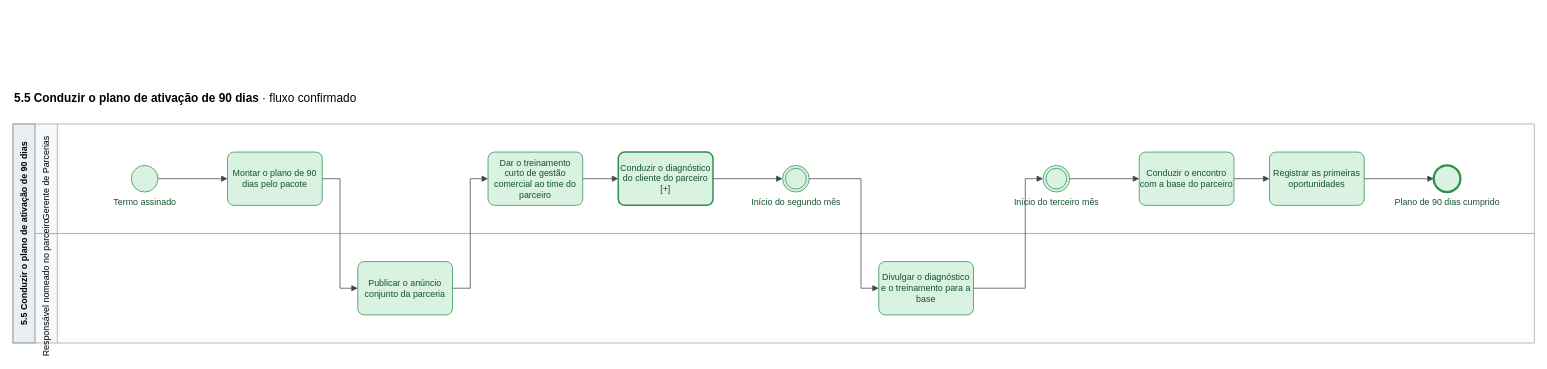
This is page "5.4 Conduzir o onboarding por etapas" (21 of 23) of mapeamentos/wise-partners-to-be/saidas/mapa.drawio from Guilherme-MFaccin/Wise-Partners, a draw.io file, before an edit. Source tidied: cells renumbered, new cells numbered last; positions are measured from the earlier drawing's top-left corner, leaving out a move shared by most shapes. Both pictures are drawn from the tidied source at 74%, with x=0, y=0 at pixel (13, 87).
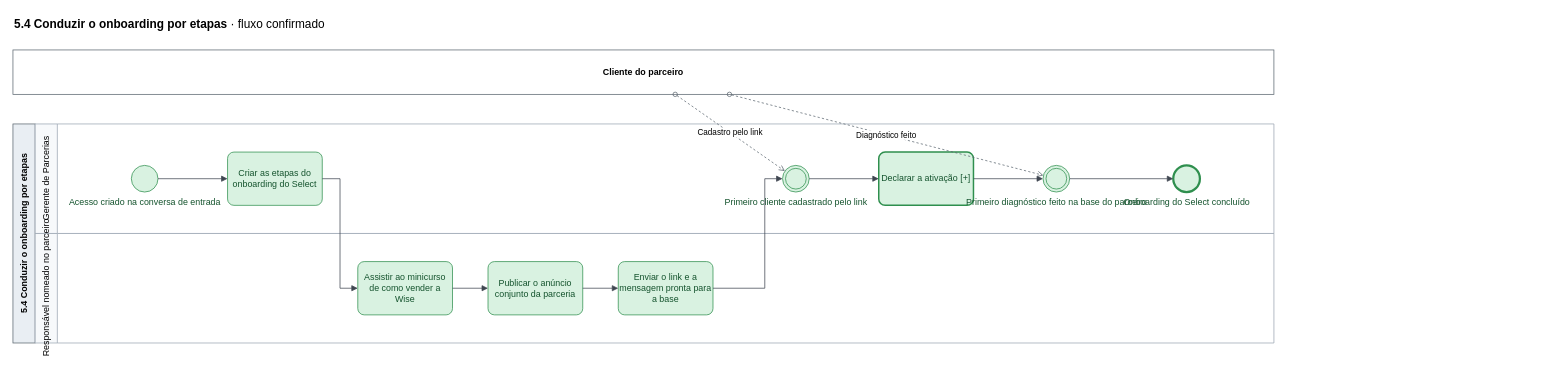
The same page after the edit.

What changed in the source:
```diff
@@
-    <mxCell id="2" value="&lt;b&gt;5.5 Conduzir o plano de ativação de 90 dias&lt;/b&gt;  ·  fluxo confirmado" style="text;html=1;fontSize=16;align=left;verticalAlign=middle;strokeColor=none;fillColor=none;" parent="1" vertex="1">
-      <mxGeometry width="700" height="30" as="geometry" />
+    <mxCell id="2" value="&lt;b&gt;5.4 Conduzir o onboarding por etapas&lt;/b&gt;  ·  fluxo confirmado" style="text;html=1;fontSize=16;align=left;verticalAlign=middle;strokeColor=none;fillColor=none;" parent="1" vertex="1">
+      <mxGeometry y="-100" width="700" height="30" as="geometry" />
     </mxCell>
+    <mxCell id="27" value="Cliente do parceiro" style="rounded=0;whiteSpace=wrap;html=1;fillColor=#FFFFFF;strokeColor=#5B6670;fontStyle=1;" parent="1" vertex="1">
+      <mxGeometry y="-50" width="1704" height="60" as="geometry" />
+    </mxCell>
-    <mxCell id="3" value="5.5 Conduzir o plano de ativação de 90 dias" style="rounded=0;whiteSpace=wrap;html=1;horizontal=0;fillColor=#E9EEF3;strokeColor=#5B6670;fontStyle=1;" parent="1" vertex="1">
+    <mxCell id="3" value="5.4 Conduzir o onboarding por etapas" style="rounded=0;whiteSpace=wrap;html=1;horizontal=0;fillColor=#E9EEF3;strokeColor=#5B6670;fontStyle=1;" parent="1" vertex="1">
       <mxGeometry y="50" width="30" height="296" as="geometry" />
     </mxCell>
     <mxCell id="4" value="Gerente de Parcerias" style="swimlane;horizontal=0;startSize=30;html=1;fillColor=#F7F9FB;swimlaneFillColor=#FFFFFF;strokeColor=#9AA5B1;fontStyle=0;" parent="1" vertex="1">
-      <mxGeometry x="30" y="50" width="2026" height="148" as="geometry" />
+      <mxGeometry x="30" y="50" width="1674" height="148" as="geometry" />
     </mxCell>
     <mxCell id="5" value="Responsável nomeado no parceiro" style="swimlane;horizontal=0;startSize=30;html=1;fillColor=#F7F9FB;swimlaneFillColor=#FFFFFF;strokeColor=#9AA5B1;fontStyle=0;" parent="1" vertex="1">
-      <mxGeometry x="30" y="198" width="2026" height="148" as="geometry" />
+      <mxGeometry x="30" y="198" width="1674" height="148" as="geometry" />
     </mxCell>
-    <mxCell id="6" value="Termo assinado" style="ellipse;html=1;fillColor=#D9F2E1;strokeColor=#2F8F4E;fontColor=#14532D;verticalLabelPosition=bottom;verticalAlign=top;labelPosition=center;align=center;" parent="1" vertex="1">
+    <mxCell id="6" value="Acesso criado na conversa de entrada" style="ellipse;html=1;fillColor=#D9F2E1;strokeColor=#2F8F4E;fontColor=#14532D;verticalLabelPosition=bottom;verticalAlign=top;labelPosition=center;align=center;" parent="1" vertex="1">
       <mxGeometry x="160" y="106" width="36" height="36" as="geometry" />
     </mxCell>
-    <mxCell id="7" value="Montar o plano de 90 dias pelo pacote" style="rounded=1;whiteSpace=wrap;html=1;arcSize=12;fillColor=#D9F2E1;strokeColor=#2F8F4E;fontColor=#14532D;" parent="1" vertex="1">
+    <mxCell id="7" value="Criar as etapas do onboarding do Select" style="rounded=1;whiteSpace=wrap;html=1;arcSize=12;fillColor=#D9F2E1;strokeColor=#2F8F4E;fontColor=#14532D;" parent="1" vertex="1">
       <mxGeometry x="290" y="88" width="128" height="72" as="geometry" />
     </mxCell>
-    <mxCell id="8" value="Publicar o anúncio conjunto da parceria" style="rounded=1;whiteSpace=wrap;html=1;arcSize=12;fillColor=#D9F2E1;strokeColor=#2F8F4E;fontColor=#14532D;" parent="1" vertex="1">
+    <mxCell id="8" value="Assistir ao minicurso de como vender a Wise" style="rounded=1;whiteSpace=wrap;html=1;arcSize=12;fillColor=#D9F2E1;strokeColor=#2F8F4E;fontColor=#14532D;" parent="1" vertex="1">
       <mxGeometry x="466" y="236" width="128" height="72" as="geometry" />
     </mxCell>
-    <mxCell id="9" value="Dar o treinamento curto de gestão comercial ao time do parceiro" style="rounded=1;whiteSpace=wrap;html=1;arcSize=12;fillColor=#D9F2E1;strokeColor=#2F8F4E;fontColor=#14532D;" parent="1" vertex="1">
-      <mxGeometry x="642" y="88" width="128" height="72" as="geometry" />
+    <mxCell id="9" value="Publicar o anúncio conjunto da parceria" style="rounded=1;whiteSpace=wrap;html=1;arcSize=12;fillColor=#D9F2E1;strokeColor=#2F8F4E;fontColor=#14532D;" parent="1" vertex="1">
+      <mxGeometry x="642" y="236" width="128" height="72" as="geometry" />
     </mxCell>
+    <mxCell id="12" value="Enviar o link e a mensagem pronta para a base" style="rounded=1;whiteSpace=wrap;html=1;arcSize=12;fillColor=#D9F2E1;strokeColor=#2F8F4E;fontColor=#14532D;" parent="1" vertex="1">
+      <mxGeometry x="818" y="236" width="128" height="72" as="geometry" />
+    </mxCell>
+    <mxCell id="11" value="Primeiro cliente cadastrado pelo link" style="ellipse;shape=doubleEllipse;html=1;fillColor=#D9F2E1;strokeColor=#2F8F4E;fontColor=#14532D;verticalLabelPosition=bottom;verticalAlign=top;labelPosition=center;align=center;" parent="1" vertex="1">
+      <mxGeometry x="1040" y="106" width="36" height="36" as="geometry" />
+    </mxCell>
-    <mxCell id="10" value="Conduzir o diagnóstico do cliente do parceiro [+]" style="rounded=1;whiteSpace=wrap;html=1;arcSize=12;strokeWidth=2;fillColor=#D9F2E1;strokeColor=#2F8F4E;fontColor=#14532D;" parent="1" vertex="1">
-      <mxGeometry x="818" y="88" width="128" height="72" as="geometry" />
+    <mxCell id="10" value="Declarar a ativação [+]" style="rounded=1;whiteSpace=wrap;html=1;arcSize=12;strokeWidth=2;fillColor=#D9F2E1;strokeColor=#2F8F4E;fontColor=#14532D;" parent="1" vertex="1">
+      <mxGeometry x="1170" y="88" width="128" height="72" as="geometry" />
     </mxCell>
-    <mxCell id="11" value="Início do segundo mês" style="ellipse;shape=doubleEllipse;html=1;fillColor=#D9F2E1;strokeColor=#2F8F4E;fontColor=#14532D;verticalLabelPosition=bottom;verticalAlign=top;labelPosition=center;align=center;" parent="1" vertex="1">
-      <mxGeometry x="1040" y="106" width="36" height="36" as="geometry" />
-    </mxCell>
-    <mxCell id="12" value="Divulgar o diagnóstico e o treinamento para a base" style="rounded=1;whiteSpace=wrap;html=1;arcSize=12;fillColor=#D9F2E1;strokeColor=#2F8F4E;fontColor=#14532D;" parent="1" vertex="1">
-      <mxGeometry x="1170" y="236" width="128" height="72" as="geometry" />
-    </mxCell>
-    <mxCell id="13" value="Início do terceiro mês" style="ellipse;shape=doubleEllipse;html=1;fillColor=#D9F2E1;strokeColor=#2F8F4E;fontColor=#14532D;verticalLabelPosition=bottom;verticalAlign=top;labelPosition=center;align=center;" parent="1" vertex="1">
+    <mxCell id="13" value="Primeiro diagnóstico feito na base do parceiro" style="ellipse;shape=doubleEllipse;html=1;fillColor=#D9F2E1;strokeColor=#2F8F4E;fontColor=#14532D;verticalLabelPosition=bottom;verticalAlign=top;labelPosition=center;align=center;" parent="1" vertex="1">
       <mxGeometry x="1392" y="106" width="36" height="36" as="geometry" />
     </mxCell>
-    <mxCell id="14" value="Conduzir o encontro com a base do parceiro" style="rounded=1;whiteSpace=wrap;html=1;arcSize=12;fillColor=#D9F2E1;strokeColor=#2F8F4E;fontColor=#14532D;" parent="1" vertex="1">
-      <mxGeometry x="1522" y="88" width="128" height="72" as="geometry" />
-    </mxCell>
-    <mxCell id="15" value="Registrar as primeiras oportunidades" style="rounded=1;whiteSpace=wrap;html=1;arcSize=12;fillColor=#D9F2E1;strokeColor=#2F8F4E;fontColor=#14532D;" parent="1" vertex="1">
-      <mxGeometry x="1698" y="88" width="128" height="72" as="geometry" />
-    </mxCell>
-    <mxCell id="16" value="Plano de 90 dias cumprido" style="ellipse;html=1;strokeWidth=3;fillColor=#D9F2E1;strokeColor=#2F8F4E;fontColor=#14532D;verticalLabelPosition=bottom;verticalAlign=top;labelPosition=center;align=center;" parent="1" vertex="1">
-      <mxGeometry x="1920" y="106" width="36" height="36" as="geometry" />
+    <mxCell id="16" value="Onboarding do Select concluído" style="ellipse;html=1;strokeWidth=3;fillColor=#D9F2E1;strokeColor=#2F8F4E;fontColor=#14532D;verticalLabelPosition=bottom;verticalAlign=top;labelPosition=center;align=center;" parent="1" vertex="1">
+      <mxGeometry x="1568" y="106" width="36" height="36" as="geometry" />
     </mxCell>
@@
     <mxCell id="19" style="edgeStyle=orthogonalEdgeStyle;rounded=0;html=1;endArrow=block;endFill=1;strokeColor=#3F4650;" parent="1" edge="1" source="8" target="9">
-      <mxGeometry relative="1" as="geometry">
-        <Array as="points">
-          <mxPoint x="618" y="272" />
-          <mxPoint x="618" y="124" />
-        </Array>
-      </mxGeometry>
+      <mxGeometry relative="1" as="geometry" />
     </mxCell>
-    <mxCell id="20" style="edgeStyle=orthogonalEdgeStyle;rounded=0;html=1;endArrow=block;endFill=1;strokeColor=#3F4650;" parent="1" edge="1" source="9" target="10">
+    <mxCell id="20" style="edgeStyle=orthogonalEdgeStyle;rounded=0;html=1;endArrow=block;endFill=1;strokeColor=#3F4650;" parent="1" edge="1" source="9" target="12">
       <mxGeometry relative="1" as="geometry" />
     </mxCell>
-    <mxCell id="21" style="edgeStyle=orthogonalEdgeStyle;rounded=0;html=1;endArrow=block;endFill=1;strokeColor=#3F4650;" parent="1" edge="1" source="10" target="11">
-      <mxGeometry relative="1" as="geometry" />
+    <mxCell id="21" style="edgeStyle=orthogonalEdgeStyle;rounded=0;html=1;endArrow=block;endFill=1;strokeColor=#3F4650;" parent="1" edge="1" source="12" target="11">
+      <mxGeometry relative="1" as="geometry">
+        <Array as="points">
+          <mxPoint x="1016" y="272" />
+          <mxPoint x="1016" y="124" />
+        </Array>
+      </mxGeometry>
     </mxCell>
-    <mxCell id="22" style="edgeStyle=orthogonalEdgeStyle;rounded=0;html=1;endArrow=block;endFill=1;strokeColor=#3F4650;" parent="1" edge="1" source="11" target="12">
-      <mxGeometry relative="1" as="geometry">
-        <Array as="points">
-          <mxPoint x="1146" y="124" />
-          <mxPoint x="1146" y="272" />
-        </Array>
-      </mxGeometry>
+    <mxCell id="22" style="edgeStyle=orthogonalEdgeStyle;rounded=0;html=1;endArrow=block;endFill=1;strokeColor=#3F4650;" parent="1" edge="1" source="11" target="10">
+      <mxGeometry relative="1" as="geometry" />
     </mxCell>
-    <mxCell id="23" style="edgeStyle=orthogonalEdgeStyle;rounded=0;html=1;endArrow=block;endFill=1;strokeColor=#3F4650;" parent="1" edge="1" source="12" target="13">
-      <mxGeometry relative="1" as="geometry">
-        <Array as="points">
-          <mxPoint x="1368" y="272" />
-          <mxPoint x="1368" y="124" />
-        </Array>
-      </mxGeometry>
+    <mxCell id="23" style="edgeStyle=orthogonalEdgeStyle;rounded=0;html=1;endArrow=block;endFill=1;strokeColor=#3F4650;" parent="1" edge="1" source="10" target="13">
+      <mxGeometry relative="1" as="geometry" />
     </mxCell>
-    <mxCell id="24" style="edgeStyle=orthogonalEdgeStyle;rounded=0;html=1;endArrow=block;endFill=1;strokeColor=#3F4650;" parent="1" edge="1" source="13" target="14">
+    <mxCell id="24" style="edgeStyle=orthogonalEdgeStyle;rounded=0;html=1;endArrow=block;endFill=1;strokeColor=#3F4650;" parent="1" edge="1" source="13" target="16">
       <mxGeometry relative="1" as="geometry" />
     </mxCell>
-    <mxCell id="25" style="edgeStyle=orthogonalEdgeStyle;rounded=0;html=1;endArrow=block;endFill=1;strokeColor=#3F4650;" parent="1" edge="1" source="14" target="15">
+    <mxCell id="25" value="Cadastro pelo link" style="html=1;dashed=1;endArrow=open;startArrow=oval;startFill=0;strokeColor=#5B6670;" parent="1" edge="1" source="27" target="11">
       <mxGeometry relative="1" as="geometry" />
     </mxCell>
-    <mxCell id="26" style="edgeStyle=orthogonalEdgeStyle;rounded=0;html=1;endArrow=block;endFill=1;strokeColor=#3F4650;" parent="1" edge="1" source="15" target="16">
+    <mxCell id="26" value="Diagnóstico feito" style="html=1;dashed=1;endArrow=open;startArrow=oval;startFill=0;strokeColor=#5B6670;" parent="1" edge="1" source="27" target="13">
       <mxGeometry relative="1" as="geometry" />
     </mxCell>
```
